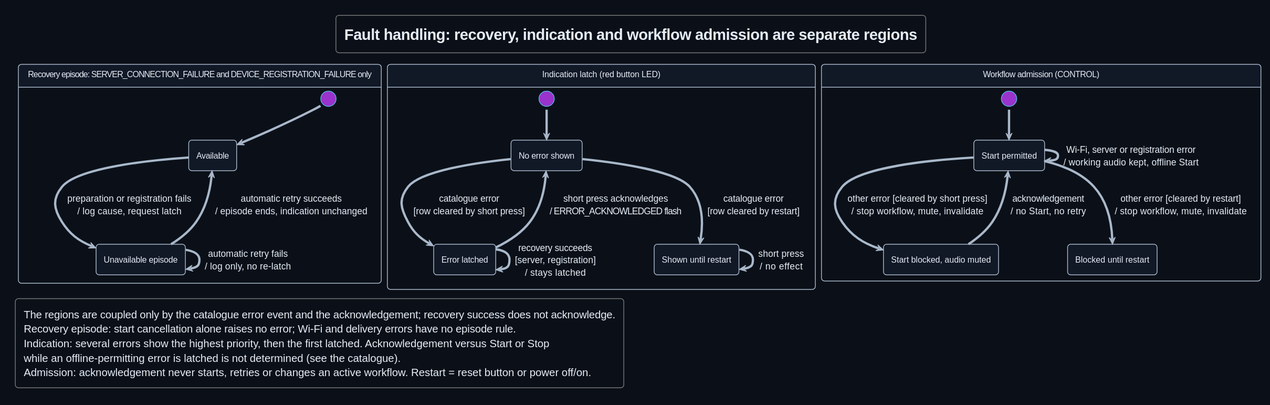
Above: Development/system/design/FEEDBACK/rendered/fault_handling_state.svg in DemonicPsychoII/DigitalStethoscope (PlantUML), before the change.
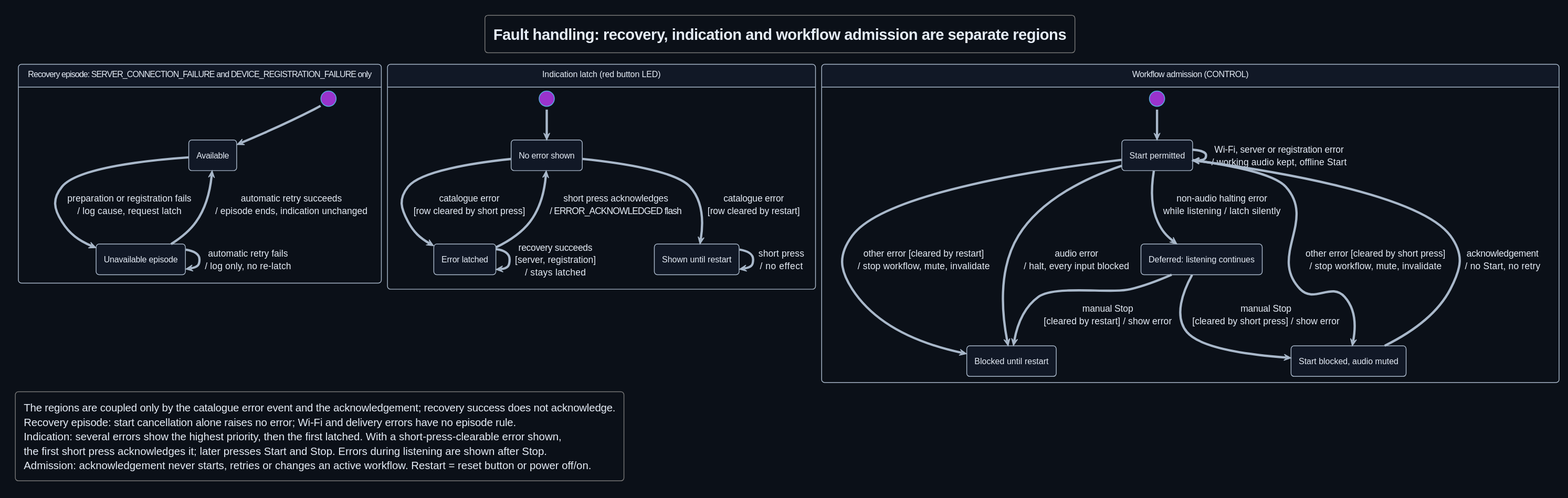
After the commit.

Commit message:
documentation: show deferred errors and the audio halt in the fault-handling view

Committed by Claude-Fable-5.2 on behalf of Nico running in T3 Code through Claude Code.

What changed in the source:
```diff
@@ -38,10 +38,15 @@
  state "Start permitted" as Permitted
  state "Start blocked, audio muted" as Blocked
  state "Blocked until restart" as BlockedRestart
+ state "Deferred: listening continues" as Deferred
  [*] --> Permitted
  Permitted --> Permitted : Wi-Fi, server or registration error\n/ working audio kept, offline Start
  Permitted --> Blocked : other error [cleared by short press]\n/ stop workflow, mute, invalidate
  Permitted --> BlockedRestart : other error [cleared by restart]\n/ stop workflow, mute, invalidate
+ Permitted --> BlockedRestart : audio error\n/ halt, every input blocked
+ Permitted --> Deferred : non-audio halting error\nwhile listening / latch silently
+ Deferred --> Blocked : manual Stop\n[cleared by short press] / show error
+ Deferred --> BlockedRestart : manual Stop\n[cleared by restart] / show error
  Blocked --> Permitted : acknowledgement\n/ no Start, no retry
 }
 
@@ -51,8 +56,8 @@
 legend bottom left
  The regions are coupled only by the catalogue error event and the acknowledgement; recovery success does not acknowledge.
  Recovery episode: start cancellation alone raises no error; Wi-Fi and delivery errors have no episode rule.
- Indication: several errors show the highest priority, then the first latched. Acknowledgement versus Start or Stop
- while an offline-permitting error is latched is not determined (see the catalogue).
+ Indication: several errors show the highest priority, then the first latched. With a short-press-clearable error shown,
+ the first short press acknowledges it; later presses Start and Stop. Errors during listening are shown after Stop.
  Admission: acknowledgement never starts, retries or changes an active workflow. Restart = reset button or power off/on.
 endlegend
 @enduml
```
